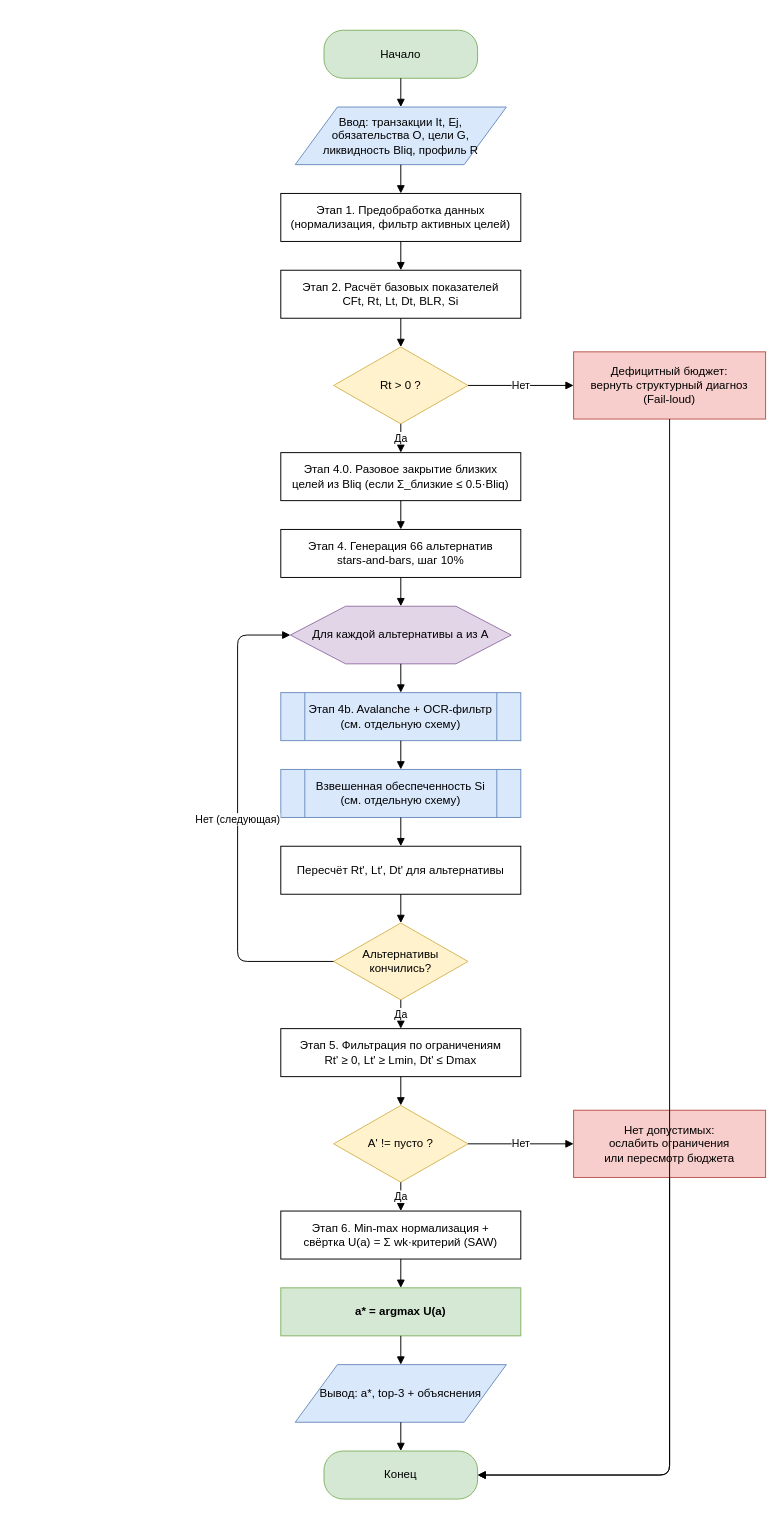
This is page "Главный pipeline СППР (ГОСТ 19.701-90)" (1 of 29) of docs/diagrams/all_diagrams.drawio from vevdokimovm/personal-finance-dss, a draw.io file, before an edit. Source tidied: cells renumbered, new cells numbered last; positions are measured from the earlier drawing's top-left corner, leaving out a move shared by most shapes. Both pictures are drawn from the tidied source at 96%, with x=0, y=0 at pixel (237, 30).
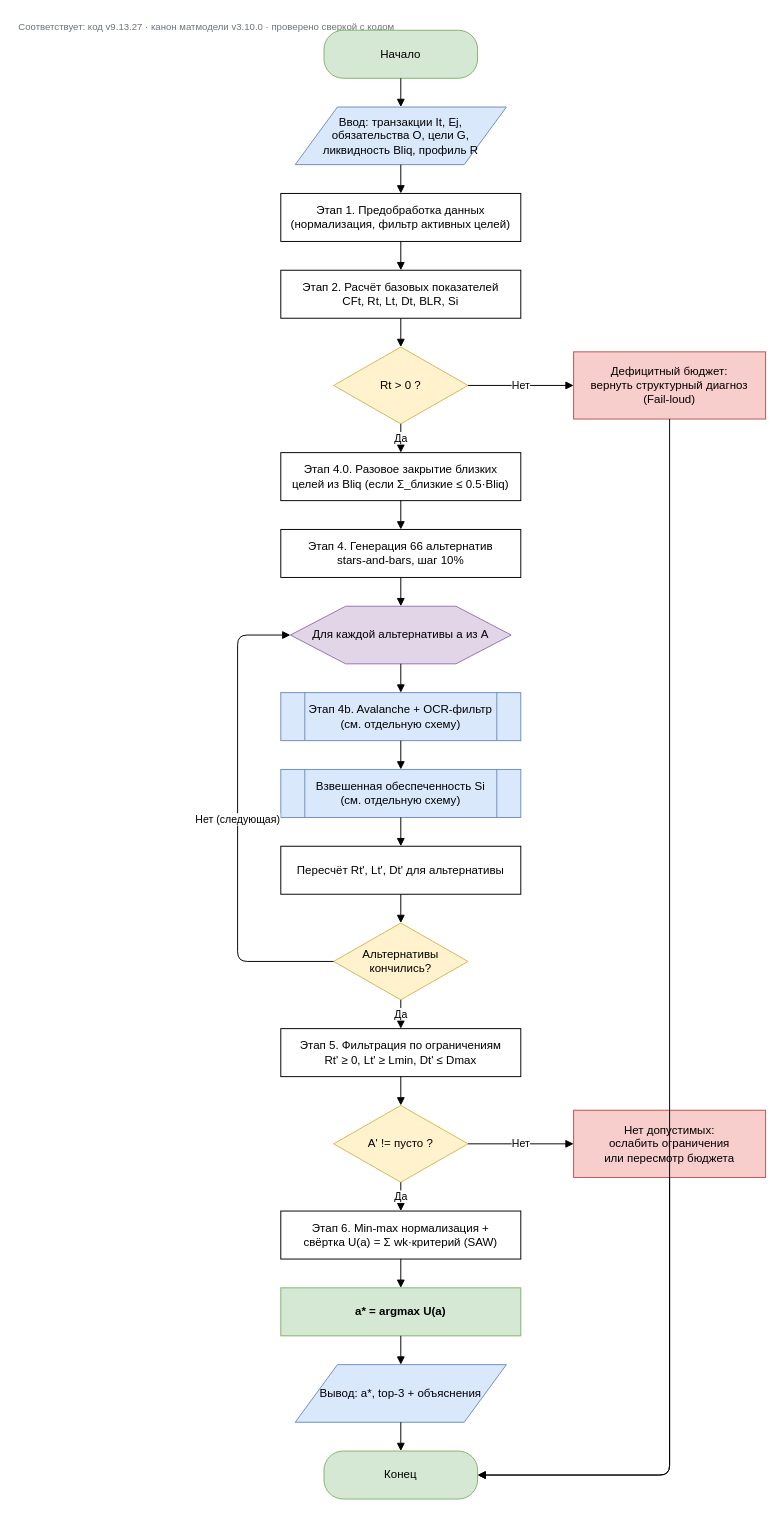
After the change.

Change to the diagram source:
```diff
@@
+    <mxCell id="44" value="Соответствует: код v9.13.27 · канон матмодели v3.10.0 · проверено сверкой с кодом" style="text;html=1;strokeColor=none;fillColor=none;align=left;verticalAlign=middle;fontSize=10;fontColor=#6b7280;" parent="1" vertex="1">
+      <mxGeometry x="-230" y="-14" width="520" height="20" as="geometry" />
+    </mxCell>
```
